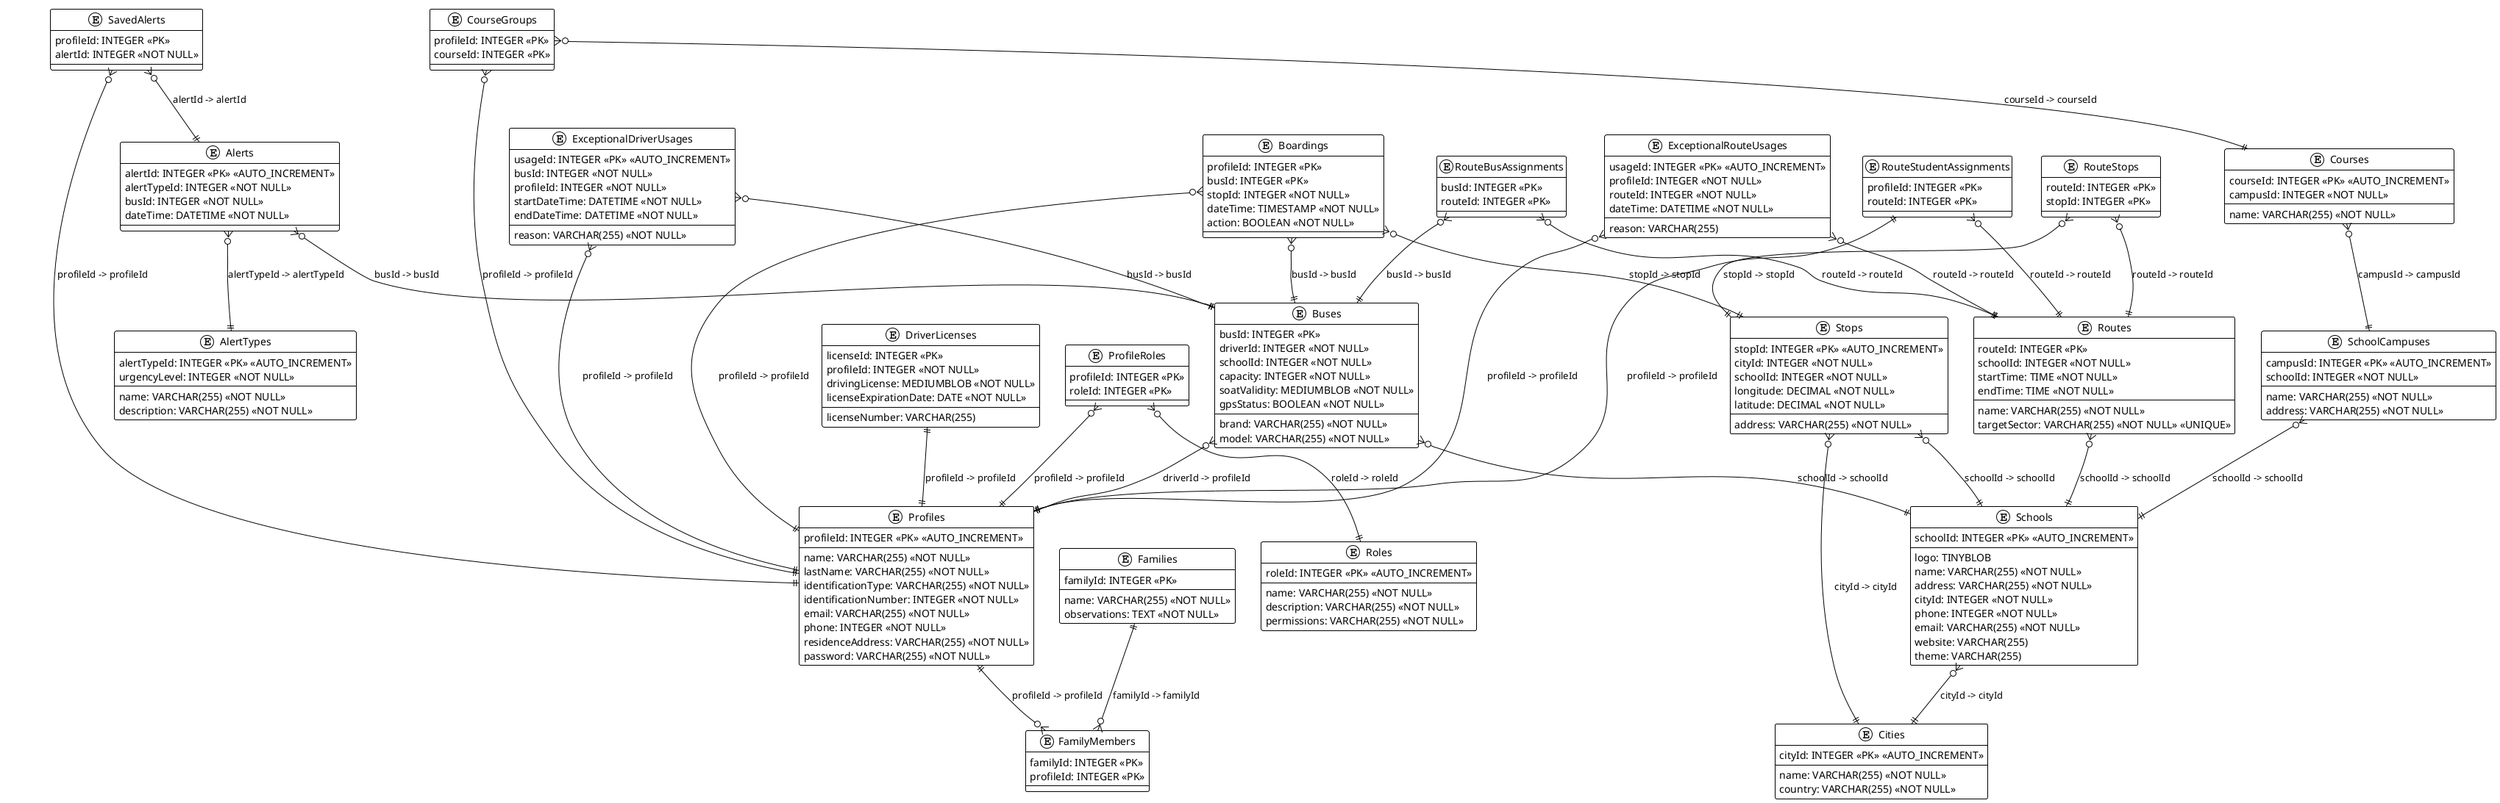
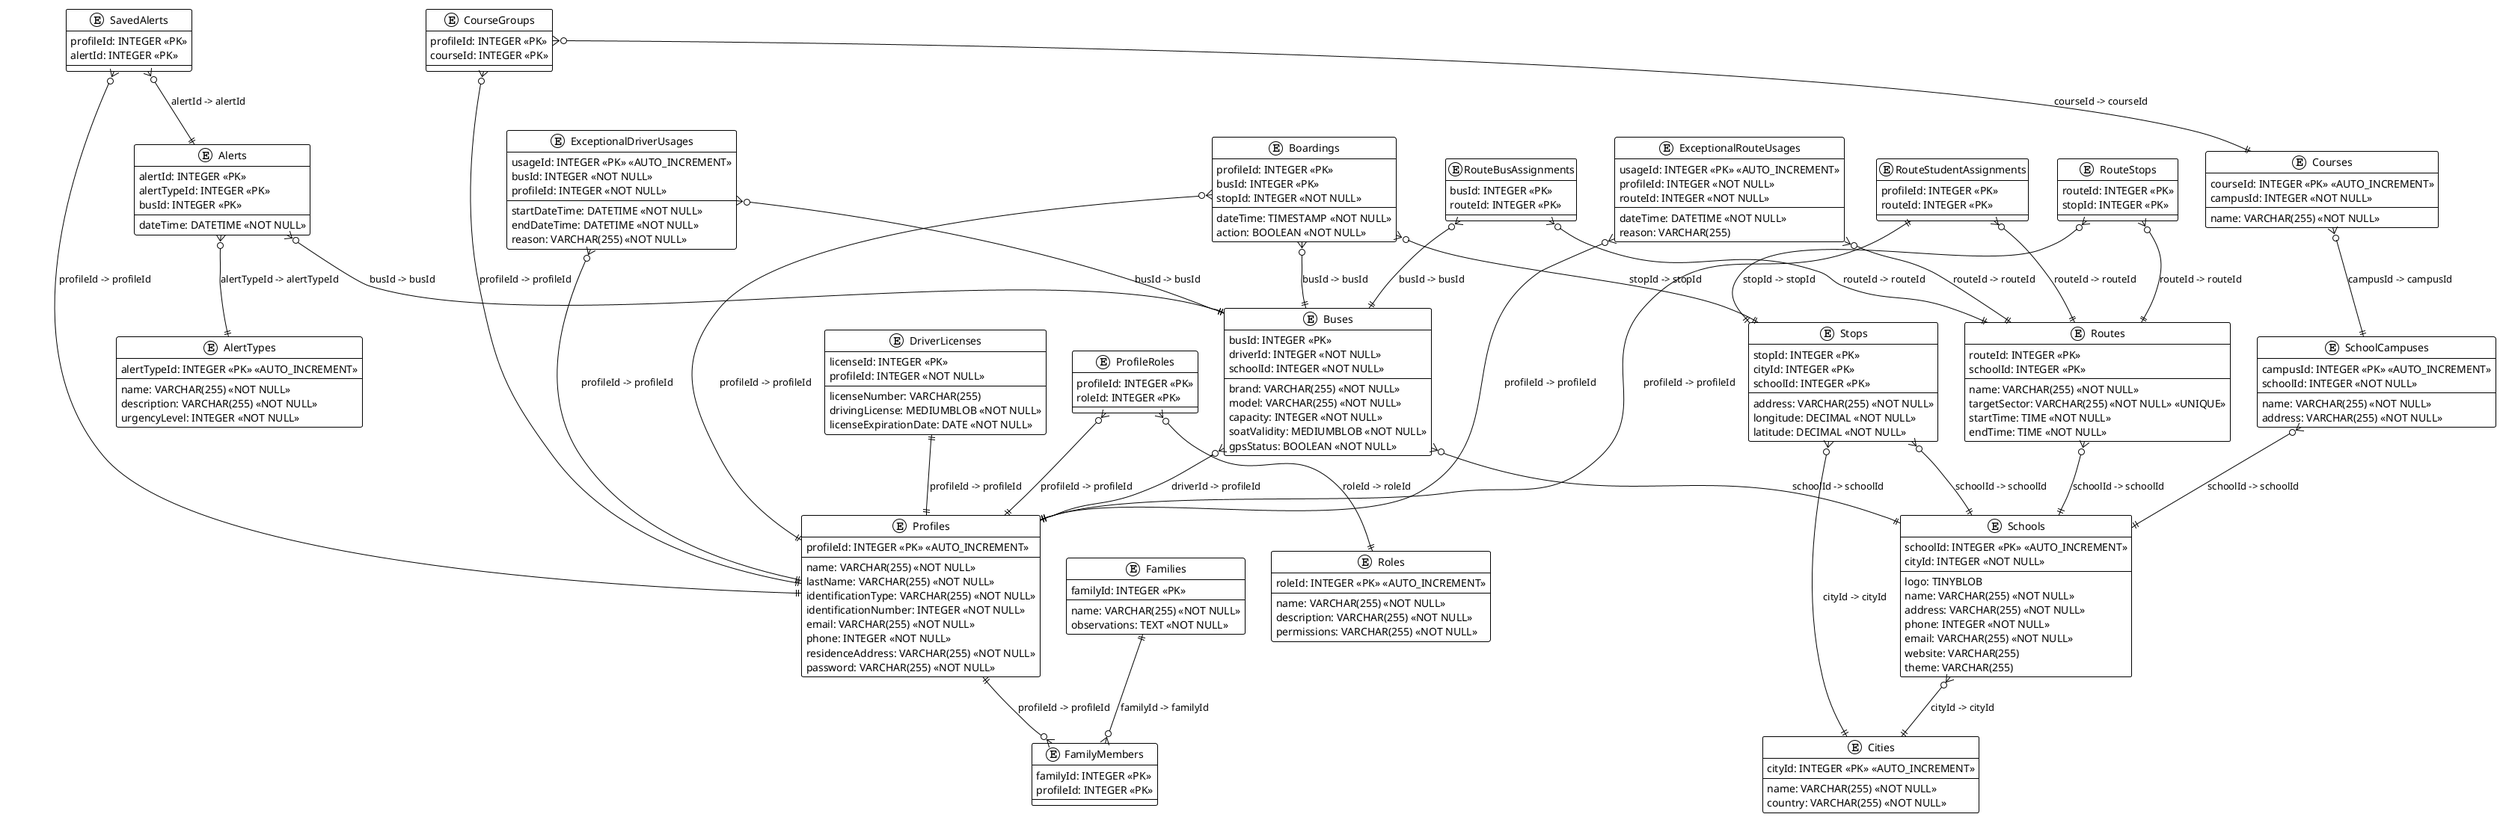
@startuml
!theme plain

entity Families {
  familyId: INTEGER <<PK>>
  --
  name: VARCHAR(255) <<NOT NULL>>
  observations: TEXT <<NOT NULL>>
}

entity Profiles {
  profileId: INTEGER <<PK>> <<AUTO_INCREMENT>>
  --
  name: VARCHAR(255) <<NOT NULL>>
  lastName: VARCHAR(255) <<NOT NULL>>
  identificationType: VARCHAR(255) <<NOT NULL>>
  identificationNumber: INTEGER <<NOT NULL>>
  email: VARCHAR(255) <<NOT NULL>>
  phone: INTEGER <<NOT NULL>>
  residenceAddress: VARCHAR(255) <<NOT NULL>>
  password: VARCHAR(255) <<NOT NULL>>
}

entity Schools {
  schoolId: INTEGER <<PK>> <<AUTO_INCREMENT>>
+   cityId: INTEGER <<NOT NULL>>
  --
  logo: TINYBLOB
  name: VARCHAR(255) <<NOT NULL>>
  address: VARCHAR(255) <<NOT NULL>>
-   cityId: INTEGER <<NOT NULL>>
  phone: INTEGER <<NOT NULL>>
  email: VARCHAR(255) <<NOT NULL>>
  website: VARCHAR(255)
  theme: VARCHAR(255)
}

entity Boardings {
  profileId: INTEGER <<PK>>
  busId: INTEGER <<PK>>
  stopId: INTEGER <<NOT NULL>>
+   --
  dateTime: TIMESTAMP <<NOT NULL>>
  action: BOOLEAN <<NOT NULL>>
}

entity SavedAlerts {
  profileId: INTEGER <<PK>>
-   alertId: INTEGER <<NOT NULL>>
+   alertId: INTEGER <<PK>>
}

entity FamilyMembers {
  familyId: INTEGER <<PK>>
  profileId: INTEGER <<PK>>
}

entity Buses {
  busId: INTEGER <<PK>>
  driverId: INTEGER <<NOT NULL>>
  schoolId: INTEGER <<NOT NULL>>
+   --
  brand: VARCHAR(255) <<NOT NULL>>
  model: VARCHAR(255) <<NOT NULL>>
  capacity: INTEGER <<NOT NULL>>
  soatValidity: MEDIUMBLOB <<NOT NULL>>
  gpsStatus: BOOLEAN <<NOT NULL>>
}

entity Stops {
-   stopId: INTEGER <<PK>> <<AUTO_INCREMENT>>
-   cityId: INTEGER <<NOT NULL>>
-   schoolId: INTEGER <<NOT NULL>>
+   stopId: INTEGER <<PK>>
+   cityId: INTEGER <<PK>>
+   schoolId: INTEGER <<PK>>
+   --
  address: VARCHAR(255) <<NOT NULL>>
  longitude: DECIMAL <<NOT NULL>>
  latitude: DECIMAL <<NOT NULL>>
}

entity Routes {
  routeId: INTEGER <<PK>>
-   schoolId: INTEGER <<NOT NULL>>
+   schoolId: INTEGER <<PK>>
+   --
  name: VARCHAR(255) <<NOT NULL>>
  targetSector: VARCHAR(255) <<NOT NULL>> <<UNIQUE>>
  startTime: TIME <<NOT NULL>>
  endTime: TIME <<NOT NULL>>
}

entity AlertTypes {
  alertTypeId: INTEGER <<PK>> <<AUTO_INCREMENT>>
+   --
  name: VARCHAR(255) <<NOT NULL>>
  description: VARCHAR(255) <<NOT NULL>>
  urgencyLevel: INTEGER <<NOT NULL>>
}

entity Alerts {
-   alertId: INTEGER <<PK>> <<AUTO_INCREMENT>>
-   alertTypeId: INTEGER <<NOT NULL>>
-   busId: INTEGER <<NOT NULL>>
+   alertId: INTEGER <<PK>>
+   alertTypeId: INTEGER <<PK>>
+   busId: INTEGER <<PK>>
+   --
  dateTime: DATETIME <<NOT NULL>>
}

entity Cities {
  cityId: INTEGER <<PK>> <<AUTO_INCREMENT>>
+   --
  name: VARCHAR(255) <<NOT NULL>>
  country: VARCHAR(255) <<NOT NULL>>
}

entity RouteStudentAssignments {
  profileId: INTEGER <<PK>>
  routeId: INTEGER <<PK>>
}

entity RouteStops {
  routeId: INTEGER <<PK>>
  stopId: INTEGER <<PK>>
}

entity RouteBusAssignments {
  busId: INTEGER <<PK>>
  routeId: INTEGER <<PK>>
}

entity SchoolCampuses {
  campusId: INTEGER <<PK>> <<AUTO_INCREMENT>>
-   name: VARCHAR(255) <<NOT NULL>>
  schoolId: INTEGER <<NOT NULL>>
+   --
+   name: VARCHAR(255) <<NOT NULL>>
  address: VARCHAR(255) <<NOT NULL>>
}

entity Courses {
  courseId: INTEGER <<PK>> <<AUTO_INCREMENT>>
-   name: VARCHAR(255) <<NOT NULL>>
  campusId: INTEGER <<NOT NULL>>
+   --
+   name: VARCHAR(255) <<NOT NULL>>
}

entity CourseGroups {
  profileId: INTEGER <<PK>>
  courseId: INTEGER <<PK>>
}

entity DriverLicenses {
  licenseId: INTEGER <<PK>>
  profileId: INTEGER <<NOT NULL>>
+   --
  licenseNumber: VARCHAR(255)
  drivingLicense: MEDIUMBLOB <<NOT NULL>>
  licenseExpirationDate: DATE <<NOT NULL>>
}

entity ProfileRoles {
  profileId: INTEGER <<PK>>
  roleId: INTEGER <<PK>>
}

entity Roles {
  roleId: INTEGER <<PK>> <<AUTO_INCREMENT>>
+   --
  name: VARCHAR(255) <<NOT NULL>>
  description: VARCHAR(255) <<NOT NULL>>
  permissions: VARCHAR(255) <<NOT NULL>>
}

entity ExceptionalDriverUsages {
  usageId: INTEGER <<PK>> <<AUTO_INCREMENT>>
  busId: INTEGER <<NOT NULL>>
  profileId: INTEGER <<NOT NULL>>
+   --
  startDateTime: DATETIME <<NOT NULL>>
  endDateTime: DATETIME <<NOT NULL>>
  reason: VARCHAR(255) <<NOT NULL>>
}

entity ExceptionalRouteUsages {
  usageId: INTEGER <<PK>> <<AUTO_INCREMENT>>
  profileId: INTEGER <<NOT NULL>>
  routeId: INTEGER <<NOT NULL>>
+   --
  dateTime: DATETIME <<NOT NULL>>
  reason: VARCHAR(255)
}

' Relaciones

SavedAlerts }o--|| Profiles : "profileId -> profileId"
SavedAlerts }o--|| Alerts : "alertId -> alertId"

Alerts }o--|| AlertTypes : "alertTypeId -> alertTypeId"
Alerts }o--|| Buses : "busId -> busId"

SchoolCampuses }o--|| Schools : "schoolId -> schoolId"

Profiles ||--o{ FamilyMembers : "profileId -> profileId"
Families ||--o{ FamilyMembers : "familyId -> familyId"

Boardings }o--|| Profiles : "profileId -> profileId"
Boardings }o--|| Buses : "busId -> busId"
Boardings }o--|| Stops : "stopId -> stopId"

Stops }o--|| Cities : "cityId -> cityId"
Schools }o--|| Cities : "cityId -> cityId"

RouteStudentAssignments }o--|| Routes : "routeId -> routeId"
RouteStudentAssignments ||--|| Profiles : "profileId -> profileId"

RouteStops }o--|| Routes : "routeId -> routeId"
RouteStops }o--|| Stops : "stopId -> stopId"

RouteBusAssignments }o--|| Buses : "busId -> busId"
RouteBusAssignments }o--|| Routes : "routeId -> routeId"

Buses }o--|| Schools : "schoolId -> schoolId"
Buses }o--|| Profiles : "driverId -> profileId"

Stops }o--|| Schools : "schoolId -> schoolId"

Routes }o--|| Schools : "schoolId -> schoolId"

Courses }o--|| SchoolCampuses : "campusId -> campusId"

CourseGroups }o--|| Profiles : "profileId -> profileId"
CourseGroups }o--|| Courses : "courseId -> courseId"

DriverLicenses ||--|| Profiles : "profileId -> profileId"

ProfileRoles }o--|| Profiles : "profileId -> profileId"
ProfileRoles }o--|| Roles : "roleId -> roleId"

ExceptionalDriverUsages }o--|| Buses : "busId -> busId"
ExceptionalDriverUsages }o--|| Profiles : "profileId -> profileId"

ExceptionalRouteUsages }o--|| Profiles : "profileId -> profileId"
ExceptionalRouteUsages }o--|| Routes : "routeId -> routeId"

@enduml